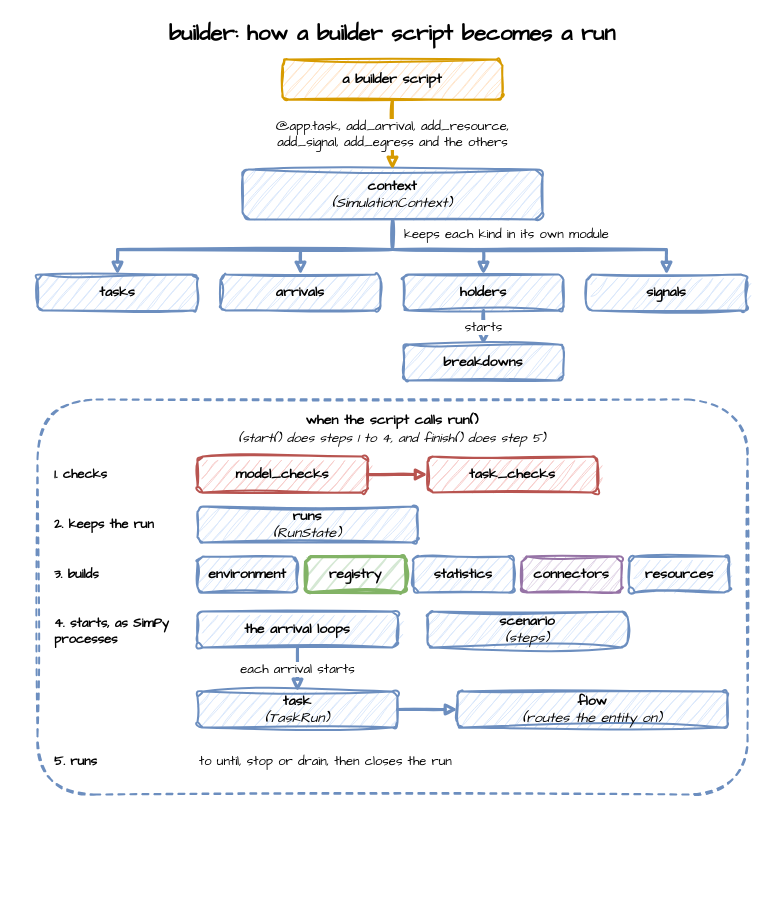
jaehyeon-kim/desflow keeps this draw.io diagram as docs/assets/diagrams/builder-package.drawio. Above is the earlier version. Source tidied: cells renumbered, new cells numbered last; positions are measured from the earlier drawing's top-left corner, leaving out a move shared by most shapes. Both pictures are drawn from the tidied source at 100%, with x=0, y=0 at pixel (17, 17).
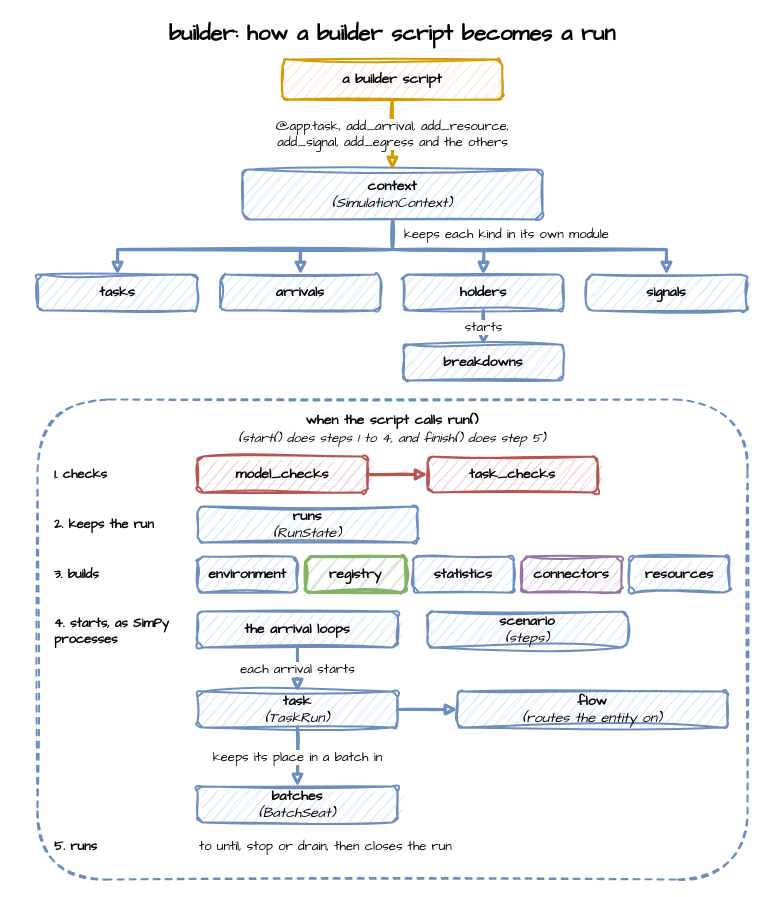
The same page after the edit.

Commit message (it also covers changes not shown here):
Move the batch a task instance joins out of TaskRun into builder/batches.py, and add a GIF of one task instance's steps to Tasks and Processes

The change refers to these unchanged cells:
```xml
<mxCell id="34" value="&lt;b&gt;task&lt;/b&gt;&lt;br&gt;&lt;i&gt;(TaskRun)&lt;/i&gt;" style="rounded=1;whiteSpace=wrap;html=1;sketch=1;curveFitting=1;jiggle=2;fontFamily=Comic Sans MS;fontSize=14;fillColor=#dae8fc;strokeColor=#6c8ebf;strokeWidth=2;" parent="1" vertex="1">
  <mxGeometry x="180" y="674" width="200" height="36" as="geometry" />
</mxCell>
```

What changed in the source:
```diff
@@
     <mxCell id="17" value="&lt;b&gt;when the script calls run()&lt;/b&gt;" style="rounded=1;whiteSpace=wrap;html=1;sketch=1;curveFitting=1;jiggle=2;fontFamily=Comic Sans MS;fontSize=14;strokeWidth=2;fillColor=none;dashed=1;verticalAlign=top;spacingTop=6;strokeColor=#6c8ebf;align=center;" parent="1" vertex="1">
-      <mxGeometry x="20" y="382" width="710" height="395" as="geometry" />
+      <mxGeometry x="20" y="382" width="710" height="480" as="geometry" />
     </mxCell>
@@
+    <mxCell id="40" value="&lt;b&gt;batches&lt;/b&gt;&lt;br&gt;&lt;i&gt;(BatchSeat)&lt;/i&gt;" style="rounded=1;whiteSpace=wrap;html=1;sketch=1;curveFitting=1;jiggle=2;fontFamily=Comic Sans MS;fontSize=14;fillColor=#dae8fc;strokeColor=#6c8ebf;strokeWidth=2;" parent="1" vertex="1">
+      <mxGeometry x="180" y="769" width="200" height="36" as="geometry" />
+    </mxCell>
+    <mxCell id="41" value="keeps its place in a batch in" style="edgeStyle=orthogonalEdgeStyle;rounded=0;sketch=1;html=1;strokeWidth=3;endArrow=block;strokeColor=#6c8ebf;fontFamily=Comic Sans MS;fontSize=13;exitX=0.5;exitY=1;exitDx=0;exitDy=0;entryX=0.5;entryY=0;entryDx=0;entryDy=0;" parent="1" edge="1" source="34" target="40">
+      <mxGeometry relative="1" as="geometry" />
+    </mxCell>
     <mxCell id="38" value="&lt;b&gt;5. runs&lt;/b&gt;" style="text;html=1;align=left;verticalAlign=middle;whiteSpace=wrap;fontFamily=Comic Sans MS;fontSize=13;" parent="1" vertex="1">
-      <mxGeometry x="35" y="729" width="140" height="30" as="geometry" />
+      <mxGeometry x="35" y="814" width="140" height="30" as="geometry" />
     </mxCell>
     <mxCell id="39" value="to until, stop or drain, then closes the run" style="text;html=1;align=left;verticalAlign=middle;whiteSpace=wrap;fontFamily=Comic Sans MS;fontSize=13;" parent="1" vertex="1">
-      <mxGeometry x="180" y="729" width="530" height="30" as="geometry" />
+      <mxGeometry x="180" y="814" width="530" height="30" as="geometry" />
     </mxCell>
```
